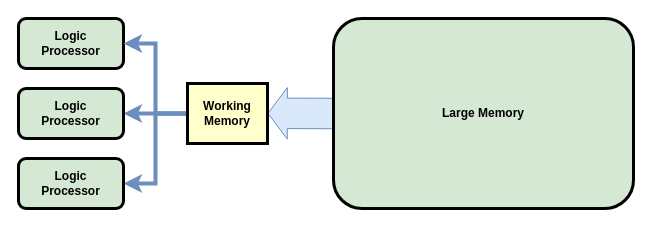
Above: page "working-memory" (9 of 9) of files/A-theory-of-consciousness-v2.drawio in malcolmlett/malcolmlett.github.io (draw.io), before the change. Source tidied: cells renumbered, new cells numbered last; positions are measured from the earlier drawing's top-left corner, leaving out a move shared by most shapes. Both pictures are drawn from the tidied source at 100%, with x=0, y=0 at pixel (18, 18).
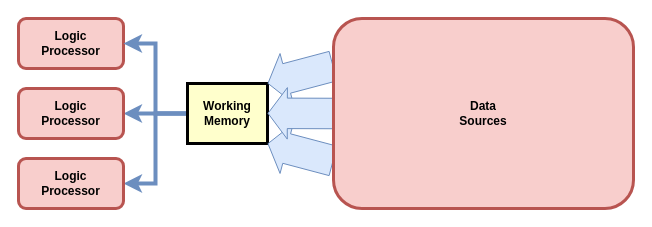
After the change.

Diff of the diagram source:
```diff
@@
 <mxGraphModel>
   <root>
     <mxCell id="0" />
     <mxCell id="1" parent="0" />
-    <mxCell id="2" style="rounded=0;jettySize=auto;html=1;shape=flexArrow;fillColor=#dae8fc;strokeColor=#6c8ebf;width=30.483870967741936;endSize=6.108064516129032;exitX=0;exitY=0.5;exitDx=0;exitDy=0;" parent="1" edge="1" source="8">
-      <mxGeometry relative="1" as="geometry">
-        <mxPoint x="249" y="94.8" as="targetPoint" />
-      </mxGeometry>
-    </mxCell>
-    <mxCell id="3" value="Logic&lt;br&gt;Processor" style="rounded=1;whiteSpace=wrap;html=1;strokeWidth=3;fillColor=#d5e8d4;strokeColor=#000000;fontStyle=1;" parent="1" vertex="1">
+    <mxCell id="3" value="Logic&lt;br&gt;Processor" style="rounded=1;whiteSpace=wrap;html=1;strokeWidth=3;fillColor=#f8cecc;strokeColor=#b85450;fontStyle=1;" parent="1" vertex="1">
       <mxGeometry width="105" height="50" as="geometry" />
     </mxCell>
     <mxCell id="4" style="edgeStyle=orthogonalEdgeStyle;rounded=0;jettySize=auto;html=1;entryX=1;entryY=0.5;entryDx=0;entryDy=0;strokeWidth=4;fillColor=#dae8fc;strokeColor=#6c8ebf;" parent="1" edge="1" source="7" target="3">
       <mxGeometry relative="1" as="geometry" />
     </mxCell>
     <mxCell id="5" style="edgeStyle=orthogonalEdgeStyle;rounded=0;jettySize=auto;html=1;entryX=1;entryY=0.5;entryDx=0;entryDy=0;strokeWidth=4;fillColor=#dae8fc;strokeColor=#6c8ebf;" parent="1" edge="1" source="7" target="10">
       <mxGeometry relative="1" as="geometry" />
     </mxCell>
     <mxCell id="6" style="edgeStyle=orthogonalEdgeStyle;rounded=0;jettySize=auto;html=1;entryX=1;entryY=0.5;entryDx=0;entryDy=0;strokeWidth=4;fillColor=#dae8fc;strokeColor=#6c8ebf;" parent="1" edge="1" source="7" target="9">
       <mxGeometry relative="1" as="geometry" />
     </mxCell>
     <mxCell id="7" value="Working&lt;br&gt;Memory" style="whiteSpace=wrap;html=1;strokeWidth=3;fillColor=#FFFFCC;strokeColor=#000000;fontStyle=1;" parent="1" vertex="1">
       <mxGeometry x="169" y="65" width="80" height="60" as="geometry" />
     </mxCell>
-    <mxCell id="8" value="Large Memory" style="whiteSpace=wrap;align=center;verticalAlign=middle;fontStyle=1;strokeWidth=3;fillColor=#d5e8d4;rounded=1;" parent="1" vertex="1">
-      <mxGeometry x="315" width="300" height="190" as="geometry" />
-    </mxCell>
-    <mxCell id="9" value="Logic&lt;br&gt;Processor" style="rounded=1;whiteSpace=wrap;html=1;strokeWidth=3;fillColor=#d5e8d4;strokeColor=#000000;fontStyle=1;" parent="1" vertex="1">
+    <mxCell id="9" value="Logic&lt;br&gt;Processor" style="rounded=1;whiteSpace=wrap;html=1;strokeWidth=3;fillColor=#f8cecc;strokeColor=#b85450;fontStyle=1;" parent="1" vertex="1">
       <mxGeometry y="70" width="105" height="50" as="geometry" />
     </mxCell>
-    <mxCell id="10" value="Logic&lt;br&gt;Processor" style="rounded=1;whiteSpace=wrap;html=1;strokeWidth=3;fillColor=#d5e8d4;strokeColor=#000000;fontStyle=1;" parent="1" vertex="1">
+    <mxCell id="10" value="Logic&lt;br&gt;Processor" style="rounded=1;whiteSpace=wrap;html=1;strokeWidth=3;fillColor=#f8cecc;strokeColor=#b85450;fontStyle=1;" parent="1" vertex="1">
       <mxGeometry y="140" width="105" height="50" as="geometry" />
     </mxCell>
+    <mxCell id="11" style="rounded=0;jettySize=auto;html=1;shape=flexArrow;fillColor=#dae8fc;strokeColor=#6c8ebf;width=30.483870967741936;endSize=6.108064516129032;exitX=0;exitY=0.75;exitDx=0;exitDy=0;entryX=1;entryY=1;entryDx=0;entryDy=0;" parent="1" edge="1" source="8" target="7">
+      <mxGeometry relative="1" as="geometry" />
+    </mxCell>
+    <mxCell id="12" style="rounded=0;jettySize=auto;html=1;shape=flexArrow;fillColor=#dae8fc;strokeColor=#6c8ebf;width=30.483870967741936;endSize=6.108064516129032;exitX=0;exitY=0.25;exitDx=0;exitDy=0;entryX=1;entryY=0;entryDx=0;entryDy=0;" parent="1" edge="1" source="8" target="7">
+      <mxGeometry relative="1" as="geometry" />
+    </mxCell>
+    <mxCell id="2" style="rounded=0;jettySize=auto;html=1;shape=flexArrow;fillColor=#dae8fc;strokeColor=#6c8ebf;width=30.483870967741936;endSize=6.108064516129032;exitX=0;exitY=0.5;exitDx=0;exitDy=0;" parent="1" edge="1" source="8">
+      <mxGeometry relative="1" as="geometry">
+        <mxPoint x="249" y="94.8" as="targetPoint" />
+      </mxGeometry>
+    </mxCell>
+    <mxCell id="8" value="Data&#10;Sources" style="whiteSpace=wrap;align=center;verticalAlign=middle;fontStyle=1;strokeWidth=3;fillColor=#f8cecc;rounded=1;strokeColor=#b85450;" parent="1" vertex="1">
+      <mxGeometry x="315" width="300" height="190" as="geometry" />
+    </mxCell>
   </root>
 </mxGraphModel>
```
